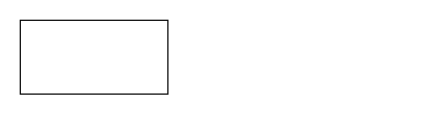
Above: drawio/1.drawio in Hrero/aop (draw.io), before the change. Source tidied: cells renumbered, new cells numbered last; positions are measured from the earlier drawing's top-left corner, leaving out a move shared by most shapes. Both pictures are drawn from the tidied source at 123%, with x=0, y=0 at pixel (20, 20).
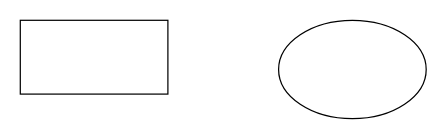
Above is the later version.

The edit, as a diff of the source:
```diff
@@
 <mxGraphModel>
   <root>
     <mxCell id="0" />
     <mxCell id="1" parent="0" />
     <mxCell id="2" style="rounded=0;whiteSpace=wrap;html=1;" parent="1" vertex="1">
       <mxGeometry width="120" height="60" as="geometry" />
     </mxCell>
+    <mxCell id="3" style="ellipse;whiteSpace=wrap;html=1;" parent="1" vertex="1">
+      <mxGeometry x="210" width="120" height="80" as="geometry" />
+    </mxCell>
   </root>
 </mxGraphModel>
```
